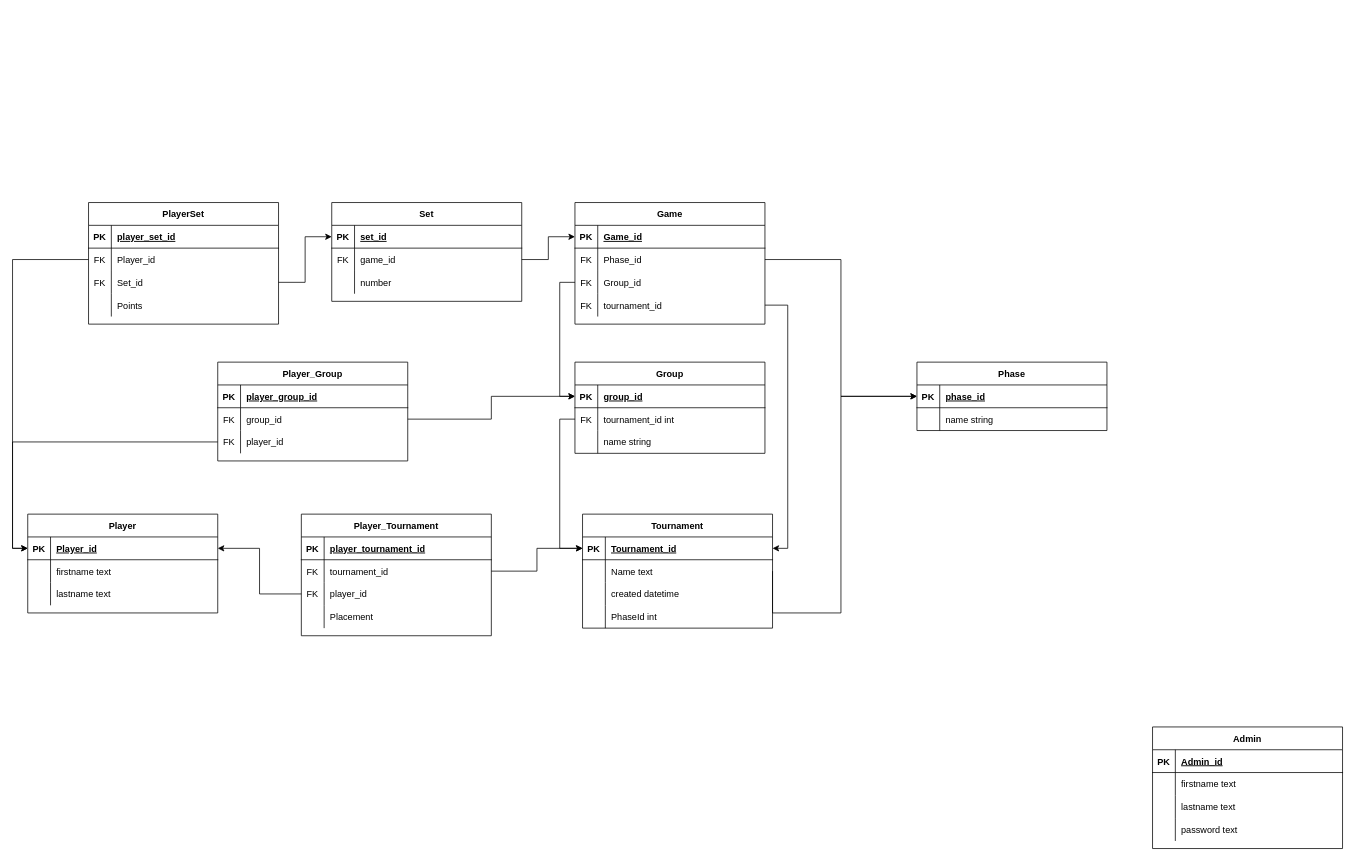
Before: TurboTennis.drawio in WolfusGeorgus/turbo-tennis, a draw.io diagram. Source tidied: cells renumbered, new cells numbered last; positions are measured from the earlier drawing's top-left corner, leaving out a move shared by most shapes. Both pictures are drawn from the tidied source at 76%, with x=0, y=0 at pixel (27, 202).
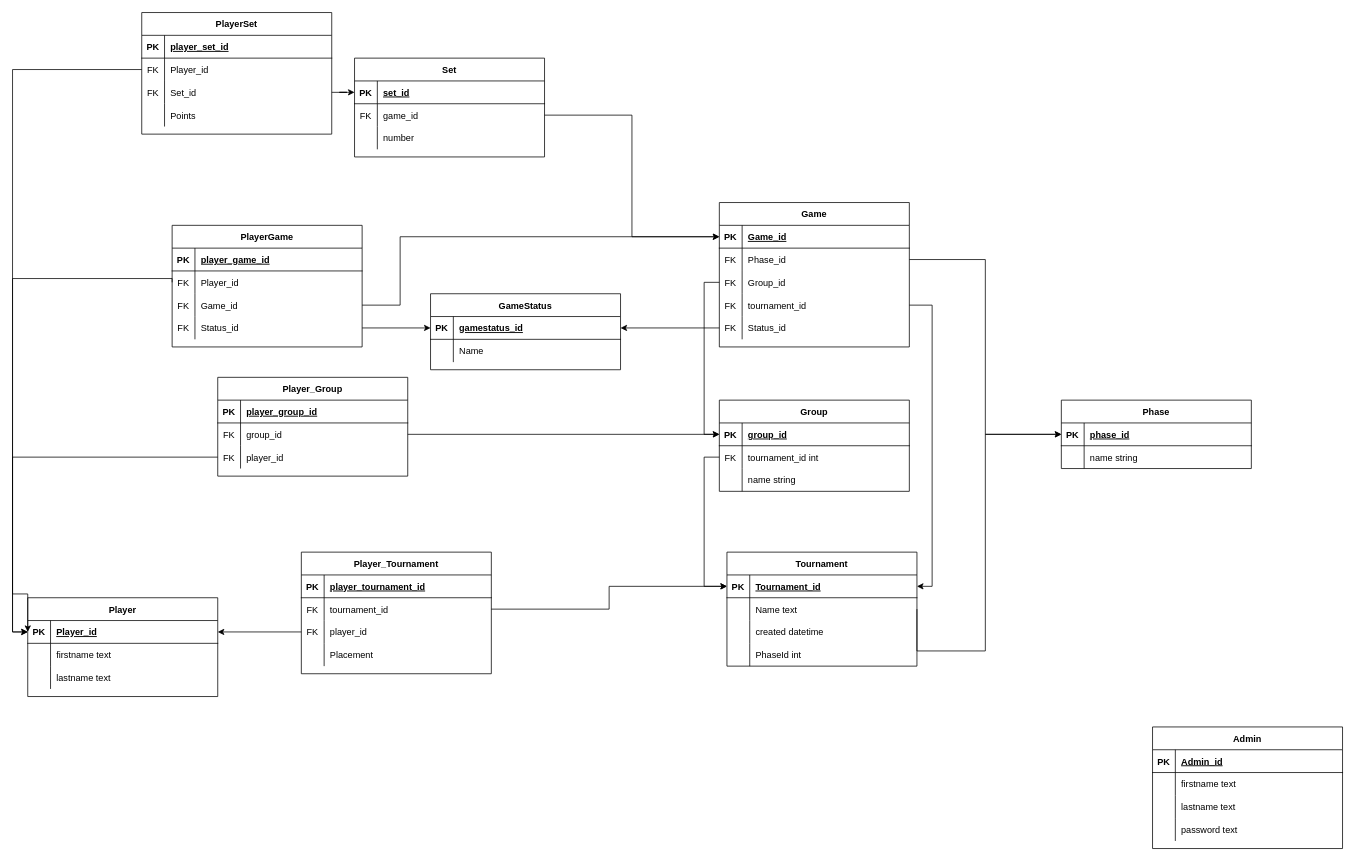
The same page after the edit.

Unchanged cells that the change refers to:
```xml
<mxCell id="3" style="shape=partialRectangle;fillColor=none;points=[[0,0.5],[1,0.5]];portConstraint=eastwest;top=0;left=0;right=0;bottom=1;" parent="2" vertex="1">
  <mxGeometry y="30" width="250" height="30" as="geometry" />
</mxCell>
<mxCell id="29" style="shape=partialRectangle;fillColor=none;points=[[0,0.5],[1,0.5]];portConstraint=eastwest;top=0;left=0;right=0;bottom=0;" parent="25" vertex="1">
  <mxGeometry y="60" width="250" height="30" as="geometry" />
</mxCell>
<mxCell id="39" style="shape=partialRectangle;fillColor=none;points=[[0,0.5],[1,0.5]];portConstraint=eastwest;top=0;left=0;right=0;bottom=1;" parent="38" vertex="1">
  <mxGeometry y="30" width="250" height="30" as="geometry" />
</mxCell>
<mxCell id="95" style="shape=partialRectangle;fillColor=none;points=[[0,0.5],[1,0.5]];portConstraint=eastwest;top=0;left=0;right=0;bottom=1;" parent="94" vertex="1">
  <mxGeometry y="30" width="250" height="30" as="geometry" />
</mxCell>
```

What changed in the source:
```diff
@@
     <mxCell id="2" value="Player" style="shape=table;startSize=30;childLayout=tableLayout;rowLines=0;fontStyle=1;align=center;" parent="1" vertex="1">
-      <mxGeometry y="410" width="250" height="130" as="geometry" />
+      <mxGeometry y="520" width="250" height="130" as="geometry" />
     </mxCell>
@@
     <mxCell id="25" value="Tournament" style="shape=table;startSize=30;childLayout=tableLayout;rowLines=0;fontStyle=1;align=center;" parent="1" vertex="1">
-      <mxGeometry x="730" y="410" width="250" height="150" as="geometry" />
+      <mxGeometry x="920" y="460" width="250" height="150" as="geometry" />
     </mxCell>
@@
     <mxCell id="38" value="Game" style="shape=table;startSize=30;childLayout=tableLayout;rowLines=0;fontStyle=1;align=center;" parent="1" vertex="1">
-      <mxGeometry x="720" width="250" height="160" as="geometry" />
+      <mxGeometry x="910" width="250" height="190" as="geometry" />
     </mxCell>
@@
+    <mxCell id="126" style="shape=partialRectangle;fillColor=none;points=[[0,0.5],[1,0.5]];portConstraint=eastwest;top=0;left=0;right=0;bottom=0;" parent="38" vertex="1">
+      <mxGeometry y="150" width="250" height="30" as="geometry" />
+    </mxCell>
+    <mxCell id="127" value="FK" style="shape=partialRectangle;overflow=hidden;fillColor=none;top=0;left=0;bottom=0;right=0;" parent="126" vertex="1">
+      <mxGeometry width="30" height="30" as="geometry" />
+    </mxCell>
+    <mxCell id="128" value="Status_id" style="shape=partialRectangle;overflow=hidden;fillColor=none;top=0;left=0;bottom=0;right=0;align=left;spacingLeft=6;" parent="126" vertex="1">
+      <mxGeometry x="30" width="220" height="30" as="geometry" />
+    </mxCell>
     <mxCell id="51" value="Set" style="shape=table;startSize=30;childLayout=tableLayout;rowLines=0;fontStyle=1;align=center;" parent="1" vertex="1">
-      <mxGeometry x="400" width="250" height="130" as="geometry" />
+      <mxGeometry x="430" y="-190" width="250" height="130" as="geometry" />
     </mxCell>
@@
     <mxCell id="61" value="Group" style="shape=table;startSize=30;childLayout=tableLayout;rowLines=0;fontStyle=1;align=center;" parent="1" vertex="1">
-      <mxGeometry x="720" y="210" width="250" height="120" as="geometry" />
+      <mxGeometry x="910" y="260" width="250" height="120" as="geometry" />
     </mxCell>
@@
     <mxCell id="71" value="Player_Group" style="shape=table;startSize=30;childLayout=tableLayout;rowLines=0;fontStyle=1;align=center;" parent="1" vertex="1">
-      <mxGeometry x="250" y="210" width="250" height="130" as="geometry" />
+      <mxGeometry x="250" y="230" width="250" height="130" as="geometry" />
     </mxCell>
@@
     <mxCell id="81" value="Player_Tournament" style="shape=table;startSize=30;childLayout=tableLayout;rowLines=0;fontStyle=1;align=center;" parent="1" vertex="1">
-      <mxGeometry x="360" y="410" width="250" height="160" as="geometry" />
+      <mxGeometry x="360" y="460" width="250" height="160" as="geometry" />
     </mxCell>
@@
     <mxCell id="94" value="Phase" style="shape=table;startSize=30;childLayout=tableLayout;rowLines=0;fontStyle=1;align=center;" parent="1" vertex="1">
-      <mxGeometry x="1170" y="210" width="250" height="90" as="geometry" />
+      <mxGeometry x="1360" y="260" width="250" height="90" as="geometry" />
     </mxCell>
@@
     <mxCell id="101" value="PlayerSet" style="shape=table;startSize=30;childLayout=tableLayout;rowLines=0;fontStyle=1;align=center;" parent="1" vertex="1">
-      <mxGeometry x="80" width="250" height="160" as="geometry" />
+      <mxGeometry x="150" y="-250" width="250" height="160" as="geometry" />
     </mxCell>
@@
     <mxCell id="118" style="edgeStyle=orthogonalEdgeStyle;rounded=0;jettySize=auto;html=1;exitX=1;exitY=0.5;exitDx=0;exitDy=0;" parent="1" edge="1" source="29" target="95">
       <mxGeometry relative="1" as="geometry">
         <Array as="points">
-          <mxPoint x="980" y="540" />
-          <mxPoint x="1070" y="540" />
-          <mxPoint x="1070" y="255" />
+          <mxPoint x="1170" y="590" />
+          <mxPoint x="1260" y="590" />
+          <mxPoint x="1260" y="305" />
         </Array>
       </mxGeometry>
     </mxCell>
@@
+    <mxCell id="129" style="edgeStyle=orthogonalEdgeStyle;rounded=0;jettySize=auto;html=1;entryX=0;entryY=0.5;entryDx=0;entryDy=0;exitX=0;exitY=0.5;exitDx=0;exitDy=0;" parent="1" edge="1" source="134" target="3">
+      <mxGeometry relative="1" as="geometry">
+        <Array as="points">
+          <mxPoint x="190" y="100" />
+          <mxPoint x="-20" y="100" />
+          <mxPoint x="-20" y="515" />
+          <mxPoint y="515" />
+        </Array>
+      </mxGeometry>
+    </mxCell>
+    <mxCell id="130" value="PlayerGame" style="shape=table;startSize=30;childLayout=tableLayout;rowLines=0;fontStyle=1;align=center;" parent="1" vertex="1">
+      <mxGeometry x="190" y="30" width="250" height="160" as="geometry" />
+    </mxCell>
+    <mxCell id="131" style="shape=partialRectangle;fillColor=none;top=0;left=0;right=0;bottom=1;" parent="130" vertex="1">
+      <mxGeometry y="30" width="250" height="30" as="geometry" />
+    </mxCell>
+    <mxCell id="132" value="PK" style="shape=partialRectangle;overflow=hidden;fillColor=none;top=0;left=0;bottom=0;right=0;fontStyle=1;" parent="131" vertex="1">
+      <mxGeometry width="30" height="30" as="geometry" />
+    </mxCell>
+    <mxCell id="133" value="player_game_id" style="shape=partialRectangle;overflow=hidden;fillColor=none;top=0;left=0;bottom=0;right=0;align=left;spacingLeft=6;fontStyle=5;" parent="131" vertex="1">
+      <mxGeometry x="30" width="220" height="30" as="geometry" />
+    </mxCell>
+    <mxCell id="134" style="shape=partialRectangle;fillColor=none;points=[[0,0.5],[1,0.5]];portConstraint=eastwest;top=0;left=0;right=0;bottom=0;" parent="130" vertex="1">
+      <mxGeometry y="60" width="250" height="30" as="geometry" />
+    </mxCell>
+    <mxCell id="135" value="FK" style="shape=partialRectangle;overflow=hidden;fillColor=none;top=0;left=0;bottom=0;right=0;" parent="134" vertex="1">
+      <mxGeometry width="30" height="30" as="geometry" />
+    </mxCell>
+    <mxCell id="136" value="Player_id" style="shape=partialRectangle;overflow=hidden;fillColor=none;top=0;left=0;bottom=0;right=0;align=left;spacingLeft=6;" parent="134" vertex="1">
+      <mxGeometry x="30" width="220" height="30" as="geometry" />
+    </mxCell>
+    <mxCell id="137" style="shape=partialRectangle;fillColor=none;points=[[0,0.5],[1,0.5]];portConstraint=eastwest;top=0;left=0;right=0;bottom=0;" parent="130" vertex="1">
+      <mxGeometry y="90" width="250" height="30" as="geometry" />
+    </mxCell>
+    <mxCell id="138" value="FK" style="shape=partialRectangle;overflow=hidden;fillColor=none;top=0;left=0;bottom=0;right=0;" parent="137" vertex="1">
+      <mxGeometry width="30" height="30" as="geometry" />
+    </mxCell>
+    <mxCell id="139" value="Game_id" style="shape=partialRectangle;overflow=hidden;fillColor=none;top=0;left=0;bottom=0;right=0;align=left;spacingLeft=6;" parent="137" vertex="1">
+      <mxGeometry x="30" width="220" height="30" as="geometry" />
+    </mxCell>
+    <mxCell id="140" style="shape=partialRectangle;fillColor=none;points=[[0,0.5],[1,0.5]];portConstraint=eastwest;top=0;left=0;right=0;bottom=0;" parent="130" vertex="1">
+      <mxGeometry y="120" width="250" height="30" as="geometry" />
+    </mxCell>
+    <mxCell id="141" value="FK" style="shape=partialRectangle;overflow=hidden;fillColor=none;top=0;left=0;bottom=0;right=0;" parent="140" vertex="1">
+      <mxGeometry width="30" height="30" as="geometry" />
+    </mxCell>
+    <mxCell id="142" value="Status_id" style="shape=partialRectangle;overflow=hidden;fillColor=none;top=0;left=0;bottom=0;right=0;align=left;spacingLeft=6;" parent="140" vertex="1">
+      <mxGeometry x="30" width="220" height="30" as="geometry" />
+    </mxCell>
+    <mxCell id="143" style="edgeStyle=orthogonalEdgeStyle;rounded=0;jettySize=auto;html=1;entryX=0;entryY=0.5;entryDx=0;entryDy=0;exitX=1;exitY=0.5;exitDx=0;exitDy=0;" parent="1" edge="1" source="137" target="39">
+      <mxGeometry relative="1" as="geometry">
+        <Array as="points">
+          <mxPoint x="490" y="135" />
+          <mxPoint x="490" y="45" />
+        </Array>
+      </mxGeometry>
+    </mxCell>
+    <mxCell id="144" value="GameStatus" style="shape=table;startSize=30;childLayout=tableLayout;rowLines=0;fontStyle=1;align=center;" parent="1" vertex="1">
+      <mxGeometry x="530" y="120" width="250" height="100" as="geometry" />
+    </mxCell>
+    <mxCell id="145" style="shape=partialRectangle;fillColor=none;points=[[0,0.5],[1,0.5]];portConstraint=eastwest;top=0;left=0;right=0;bottom=1;" parent="144" vertex="1">
+      <mxGeometry y="30" width="250" height="30" as="geometry" />
+    </mxCell>
+    <mxCell id="146" value="PK" style="shape=partialRectangle;overflow=hidden;fillColor=none;top=0;left=0;bottom=0;right=0;fontStyle=1;" parent="145" vertex="1">
+      <mxGeometry width="30" height="30" as="geometry" />
+    </mxCell>
+    <mxCell id="147" value="gamestatus_id" style="shape=partialRectangle;overflow=hidden;fillColor=none;top=0;left=0;bottom=0;right=0;align=left;spacingLeft=6;fontStyle=5;" parent="145" vertex="1">
+      <mxGeometry x="30" width="220" height="30" as="geometry" />
+    </mxCell>
+    <mxCell id="148" style="shape=partialRectangle;fillColor=none;top=0;left=0;right=0;bottom=0;" parent="144" vertex="1">
+      <mxGeometry y="60" width="250" height="30" as="geometry" />
+    </mxCell>
+    <mxCell id="149" style="shape=partialRectangle;overflow=hidden;fillColor=none;top=0;left=0;bottom=0;right=0;" parent="148" vertex="1">
+      <mxGeometry width="30" height="30" as="geometry" />
+    </mxCell>
+    <mxCell id="150" value="Name" style="shape=partialRectangle;overflow=hidden;fillColor=none;top=0;left=0;bottom=0;right=0;align=left;spacingLeft=6;" parent="148" vertex="1">
+      <mxGeometry x="30" width="220" height="30" as="geometry" />
+    </mxCell>
+    <mxCell id="151" style="edgeStyle=orthogonalEdgeStyle;rounded=0;jettySize=auto;html=1;entryX=0;entryY=0.5;entryDx=0;entryDy=0;" parent="1" edge="1" source="140" target="145">
+      <mxGeometry relative="1" as="geometry" />
+    </mxCell>
+    <mxCell id="152" style="edgeStyle=orthogonalEdgeStyle;rounded=0;jettySize=auto;html=1;exitX=0;exitY=0.5;exitDx=0;exitDy=0;entryX=1;entryY=0.5;entryDx=0;entryDy=0;" parent="1" edge="1" source="126" target="145">
+      <mxGeometry relative="1" as="geometry" />
+    </mxCell>
```
